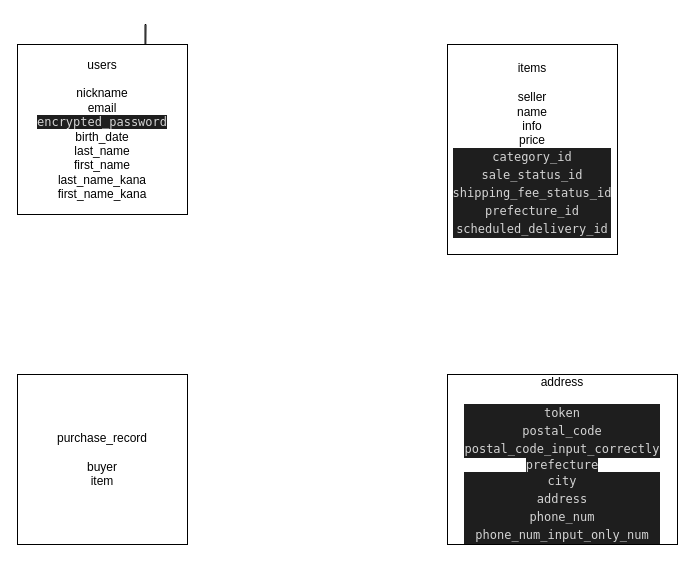
blue-techcamp/furima-33017 keeps this draw.io diagram as er.dio. Above is the earlier version. Source tidied: cells renumbered, new cells numbered last; positions are measured from the earlier drawing's top-left corner, leaving out a move shared by most shapes. Both pictures are drawn from the tidied source at 100%, with x=0, y=0 at pixel (17, 44).
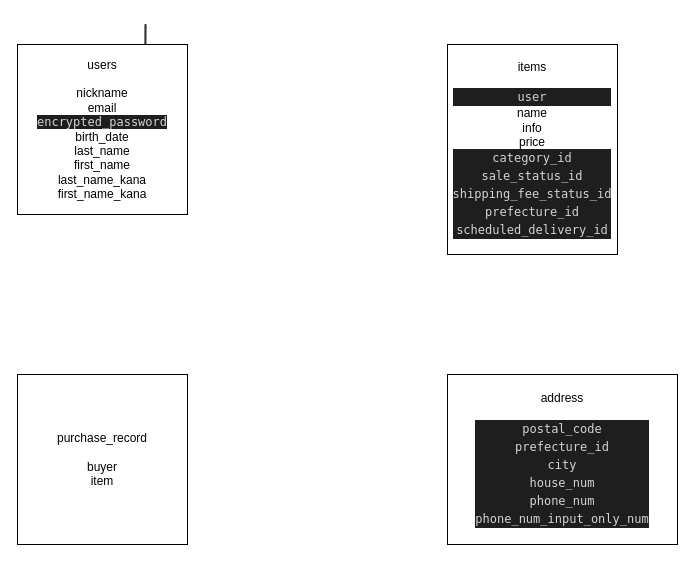
The same page after the edit.

Commit message (it also covers changes not shown here):
ER図・README修正2

Change to the diagram source:
```diff
@@
 <mxGraphModel>
   <root>
     <mxCell id="0" />
     <mxCell id="1" parent="0" />
     <mxCell id="2" style="edgeStyle=orthogonalEdgeStyle;rounded=0;jettySize=auto;html=1;exitX=0.75;exitY=0;exitDx=0;exitDy=0;" parent="1" edge="1" source="3">
       <mxGeometry relative="1" as="geometry">
         <mxPoint x="128" y="40" as="targetPoint" />
       </mxGeometry>
     </mxCell>
     <mxCell id="3" value="users&lt;br&gt;&lt;br&gt;nickname&lt;br&gt;email&lt;br&gt;&lt;span style=&quot;background-color: rgb(30 , 30 , 30) ; color: rgb(212 , 212 , 212) ; font-family: &amp;#34;menlo&amp;#34; , &amp;#34;monaco&amp;#34; , &amp;#34;courier new&amp;#34; , monospace&quot;&gt;encrypted_password&lt;br&gt;&lt;/span&gt;birth_date&lt;br&gt;last_name&lt;br&gt;first_name&lt;br&gt;last_name_kana&lt;br&gt;first_name_kana" style="rounded=0;whiteSpace=wrap;html=1;" parent="1" vertex="1">
       <mxGeometry width="170" height="170" as="geometry" />
     </mxCell>
-    <mxCell id="4" value="items&lt;br&gt;&lt;br&gt;seller&lt;br&gt;name&lt;br&gt;info&lt;br&gt;price&lt;br&gt;&lt;div style=&quot;color: rgb(212 , 212 , 212) ; background-color: rgb(30 , 30 , 30) ; font-family: &amp;#34;menlo&amp;#34; , &amp;#34;monaco&amp;#34; , &amp;#34;courier new&amp;#34; , monospace ; line-height: 18px&quot;&gt;category_id&lt;/div&gt;&lt;div style=&quot;color: rgb(212 , 212 , 212) ; background-color: rgb(30 , 30 , 30) ; font-family: &amp;#34;menlo&amp;#34; , &amp;#34;monaco&amp;#34; , &amp;#34;courier new&amp;#34; , monospace ; line-height: 18px&quot;&gt;sale_status_id&lt;/div&gt;&lt;div style=&quot;color: rgb(212 , 212 , 212) ; background-color: rgb(30 , 30 , 30) ; font-family: &amp;#34;menlo&amp;#34; , &amp;#34;monaco&amp;#34; , &amp;#34;courier new&amp;#34; , monospace ; line-height: 18px&quot;&gt;shipping_fee_status_id&lt;/div&gt;&lt;div style=&quot;color: rgb(212 , 212 , 212) ; background-color: rgb(30 , 30 , 30) ; font-family: &amp;#34;menlo&amp;#34; , &amp;#34;monaco&amp;#34; , &amp;#34;courier new&amp;#34; , monospace ; line-height: 18px&quot;&gt;prefecture_id&lt;/div&gt;&lt;div style=&quot;color: rgb(212 , 212 , 212) ; background-color: rgb(30 , 30 , 30) ; font-family: &amp;#34;menlo&amp;#34; , &amp;#34;monaco&amp;#34; , &amp;#34;courier new&amp;#34; , monospace ; line-height: 18px&quot;&gt;scheduled_delivery_id&lt;/div&gt;" style="rounded=0;whiteSpace=wrap;html=1;" parent="1" vertex="1">
+    <mxCell id="4" value="items&lt;br&gt;&lt;br&gt;&lt;div style=&quot;color: rgb(212 , 212 , 212) ; background-color: rgb(30 , 30 , 30) ; font-family: &amp;#34;menlo&amp;#34; , &amp;#34;monaco&amp;#34; , &amp;#34;courier new&amp;#34; , monospace ; line-height: 18px&quot;&gt;user&lt;/div&gt;name&lt;br&gt;info&lt;br&gt;price&lt;br&gt;&lt;div style=&quot;color: rgb(212 , 212 , 212) ; background-color: rgb(30 , 30 , 30) ; font-family: &amp;#34;menlo&amp;#34; , &amp;#34;monaco&amp;#34; , &amp;#34;courier new&amp;#34; , monospace ; line-height: 18px&quot;&gt;category_id&lt;/div&gt;&lt;div style=&quot;color: rgb(212 , 212 , 212) ; background-color: rgb(30 , 30 , 30) ; font-family: &amp;#34;menlo&amp;#34; , &amp;#34;monaco&amp;#34; , &amp;#34;courier new&amp;#34; , monospace ; line-height: 18px&quot;&gt;sale_status_id&lt;/div&gt;&lt;div style=&quot;color: rgb(212 , 212 , 212) ; background-color: rgb(30 , 30 , 30) ; font-family: &amp;#34;menlo&amp;#34; , &amp;#34;monaco&amp;#34; , &amp;#34;courier new&amp;#34; , monospace ; line-height: 18px&quot;&gt;shipping_fee_status_id&lt;/div&gt;&lt;div style=&quot;color: rgb(212 , 212 , 212) ; background-color: rgb(30 , 30 , 30) ; font-family: &amp;#34;menlo&amp;#34; , &amp;#34;monaco&amp;#34; , &amp;#34;courier new&amp;#34; , monospace ; line-height: 18px&quot;&gt;prefecture_id&lt;/div&gt;&lt;div style=&quot;color: rgb(212 , 212 , 212) ; background-color: rgb(30 , 30 , 30) ; font-family: &amp;#34;menlo&amp;#34; , &amp;#34;monaco&amp;#34; , &amp;#34;courier new&amp;#34; , monospace ; line-height: 18px&quot;&gt;scheduled_delivery_id&lt;/div&gt;" style="rounded=0;whiteSpace=wrap;html=1;" parent="1" vertex="1">
       <mxGeometry x="430" width="170" height="210" as="geometry" />
     </mxCell>
-    <mxCell id="5" value="address&lt;br&gt;&lt;br&gt;&lt;div style=&quot;color: rgb(212 , 212 , 212) ; background-color: rgb(30 , 30 , 30) ; font-family: &amp;#34;menlo&amp;#34; , &amp;#34;monaco&amp;#34; , &amp;#34;courier new&amp;#34; , monospace ; line-height: 18px&quot;&gt;token&lt;/div&gt;&lt;div style=&quot;color: rgb(212 , 212 , 212) ; background-color: rgb(30 , 30 , 30) ; font-family: &amp;#34;menlo&amp;#34; , &amp;#34;monaco&amp;#34; , &amp;#34;courier new&amp;#34; , monospace ; line-height: 18px&quot;&gt;postal_code&lt;/div&gt;&lt;div style=&quot;color: rgb(212 , 212 , 212) ; background-color: rgb(30 , 30 , 30) ; font-family: &amp;#34;menlo&amp;#34; , &amp;#34;monaco&amp;#34; , &amp;#34;courier new&amp;#34; , monospace ; line-height: 18px&quot;&gt;&lt;div style=&quot;line-height: 18px&quot;&gt;postal_code_input_correctly&lt;/div&gt;&lt;/div&gt;&lt;span style=&quot;background-color: rgb(30 , 30 , 30) ; color: rgb(212 , 212 , 212) ; font-family: &amp;#34;menlo&amp;#34; , &amp;#34;monaco&amp;#34; , &amp;#34;courier new&amp;#34; , monospace&quot;&gt;prefecture&lt;br&gt;&lt;/span&gt;&lt;div style=&quot;color: rgb(212 , 212 , 212) ; background-color: rgb(30 , 30 , 30) ; font-family: &amp;#34;menlo&amp;#34; , &amp;#34;monaco&amp;#34; , &amp;#34;courier new&amp;#34; , monospace ; line-height: 18px&quot;&gt;city&lt;/div&gt;&lt;div style=&quot;color: rgb(212 , 212 , 212) ; background-color: rgb(30 , 30 , 30) ; font-family: &amp;#34;menlo&amp;#34; , &amp;#34;monaco&amp;#34; , &amp;#34;courier new&amp;#34; , monospace ; line-height: 18px&quot;&gt;address&lt;/div&gt;&lt;div style=&quot;color: rgb(212 , 212 , 212) ; background-color: rgb(30 , 30 , 30) ; font-family: &amp;#34;menlo&amp;#34; , &amp;#34;monaco&amp;#34; , &amp;#34;courier new&amp;#34; , monospace ; line-height: 18px&quot;&gt;phone_num&lt;/div&gt;&lt;div style=&quot;color: rgb(212 , 212 , 212) ; background-color: rgb(30 , 30 , 30) ; font-family: &amp;#34;menlo&amp;#34; , &amp;#34;monaco&amp;#34; , &amp;#34;courier new&amp;#34; , monospace ; line-height: 18px&quot;&gt;phone_num_input_only_num&lt;/div&gt;" style="rounded=0;whiteSpace=wrap;html=1;" parent="1" vertex="1">
+    <mxCell id="5" value="address&lt;br&gt;&lt;br&gt;&lt;div style=&quot;color: rgb(212 , 212 , 212) ; background-color: rgb(30 , 30 , 30) ; font-family: &amp;#34;menlo&amp;#34; , &amp;#34;monaco&amp;#34; , &amp;#34;courier new&amp;#34; , monospace ; line-height: 18px&quot;&gt;postal_code&lt;br&gt;&lt;/div&gt;&lt;div style=&quot;color: rgb(212 , 212 , 212) ; background-color: rgb(30 , 30 , 30) ; font-family: &amp;#34;menlo&amp;#34; , &amp;#34;monaco&amp;#34; , &amp;#34;courier new&amp;#34; , monospace ; line-height: 18px&quot;&gt;&lt;div style=&quot;line-height: 18px&quot;&gt;&lt;div style=&quot;font-family: &amp;#34;menlo&amp;#34; , &amp;#34;monaco&amp;#34; , &amp;#34;courier new&amp;#34; , monospace ; line-height: 18px&quot;&gt;prefecture_id&lt;/div&gt;&lt;/div&gt;&lt;/div&gt;&lt;div style=&quot;color: rgb(212 , 212 , 212) ; background-color: rgb(30 , 30 , 30) ; font-family: &amp;#34;menlo&amp;#34; , &amp;#34;monaco&amp;#34; , &amp;#34;courier new&amp;#34; , monospace ; line-height: 18px&quot;&gt;city&lt;/div&gt;&lt;div style=&quot;color: rgb(212 , 212 , 212) ; background-color: rgb(30 , 30 , 30) ; font-family: &amp;#34;menlo&amp;#34; , &amp;#34;monaco&amp;#34; , &amp;#34;courier new&amp;#34; , monospace ; line-height: 18px&quot;&gt;&lt;div style=&quot;font-family: &amp;#34;menlo&amp;#34; , &amp;#34;monaco&amp;#34; , &amp;#34;courier new&amp;#34; , monospace ; line-height: 18px&quot;&gt;house_num&lt;/div&gt;&lt;/div&gt;&lt;div style=&quot;color: rgb(212 , 212 , 212) ; background-color: rgb(30 , 30 , 30) ; font-family: &amp;#34;menlo&amp;#34; , &amp;#34;monaco&amp;#34; , &amp;#34;courier new&amp;#34; , monospace ; line-height: 18px&quot;&gt;phone_num&lt;/div&gt;&lt;div style=&quot;color: rgb(212 , 212 , 212) ; background-color: rgb(30 , 30 , 30) ; font-family: &amp;#34;menlo&amp;#34; , &amp;#34;monaco&amp;#34; , &amp;#34;courier new&amp;#34; , monospace ; line-height: 18px&quot;&gt;phone_num_input_only_num&lt;/div&gt;" style="rounded=0;whiteSpace=wrap;html=1;" parent="1" vertex="1">
       <mxGeometry x="430" y="330" width="230" height="170" as="geometry" />
     </mxCell>
     <mxCell id="6" value="purchase_record&lt;br&gt;&lt;br&gt;buyer&lt;br&gt;item" style="rounded=0;whiteSpace=wrap;html=1;" parent="1" vertex="1">
       <mxGeometry y="330" width="170" height="170" as="geometry" />
     </mxCell>
   </root>
 </mxGraphModel>
```
